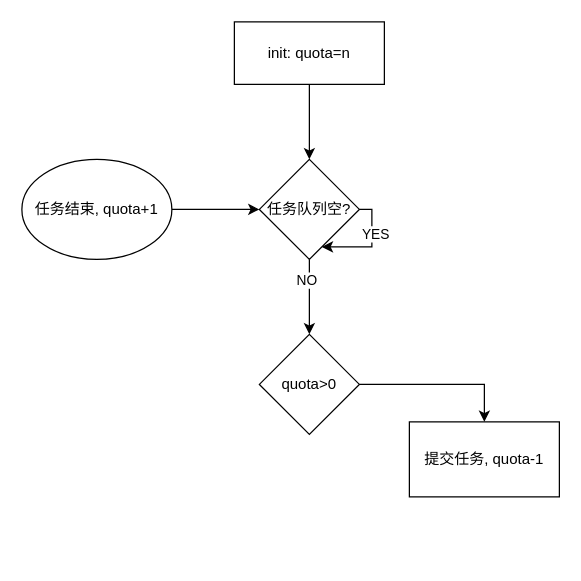
This is doc/图三.drawio from GoGoWen/JD-Bowen-incubator-doris, a draw.io file, before an edit. Source tidied: cells renumbered, new cells numbered last; positions are measured from the earlier drawing's top-left corner, leaving out a move shared by most shapes. Both pictures are drawn from the tidied source at 125%, with x=0, y=0 at pixel (21, 21).
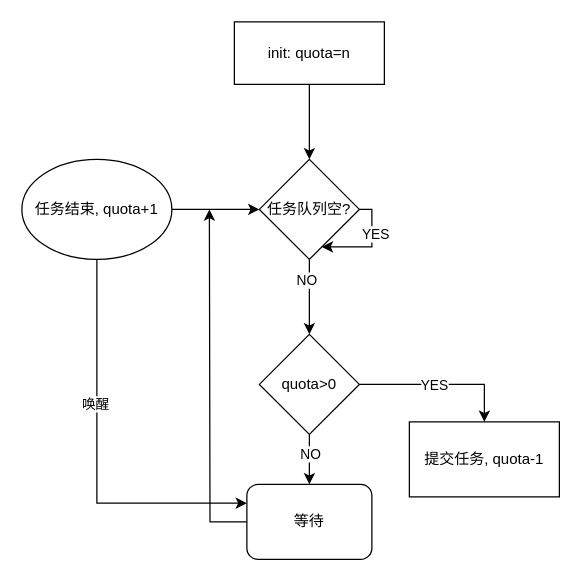
The same page after the edit.

The change refers to these unchanged cells:
```xml
<mxCell id="9" value="任务结束, quota+1" style="ellipse;whiteSpace=wrap;html=1;" parent="1" vertex="1">
  <mxGeometry y="110" width="120" height="80" as="geometry" />
</mxCell>
<mxCell id="10" style="edgeStyle=orthogonalEdgeStyle;rounded=0;jettySize=auto;html=1;exitX=1;exitY=0.5;exitDx=0;exitDy=0;entryX=0.5;entryY=0;entryDx=0;entryDy=0;" parent="1" edge="1" source="11" target="5">
  <mxGeometry relative="1" as="geometry" />
</mxCell>
<mxCell id="11" value="quota&amp;gt;0" style="rhombus;whiteSpace=wrap;html=1;" parent="1" vertex="1">
  <mxGeometry x="190" y="250" width="80" height="80" as="geometry" />
</mxCell>
```

Change to the diagram source:
```diff
@@
+    <mxCell id="14" style="edgeStyle=orthogonalEdgeStyle;rounded=0;jettySize=auto;html=1;exitX=0.5;exitY=1;exitDx=0;exitDy=0;entryX=0;entryY=0.25;entryDx=0;entryDy=0;" parent="1" edge="1" source="9" target="20">
+      <mxGeometry relative="1" as="geometry" />
+    </mxCell>
+    <mxCell id="15" value="唤醒" style="edgeLabel;html=1;align=center;verticalAlign=middle;" parent="14" vertex="1">
+      <mxGeometry x="-0.27" y="-2" relative="1" as="geometry" />
+    </mxCell>
@@
+    <mxCell id="16" value="YES" style="edgeLabel;html=1;align=center;verticalAlign=middle;" parent="10" vertex="1">
+      <mxGeometry x="-0.09" relative="1" as="geometry" />
+    </mxCell>
+    <mxCell id="17" style="edgeStyle=orthogonalEdgeStyle;rounded=0;jettySize=auto;html=1;" parent="1" edge="1" source="11" target="20">
+      <mxGeometry relative="1" as="geometry" />
+    </mxCell>
+    <mxCell id="18" value="NO" style="edgeLabel;html=1;align=center;verticalAlign=middle;" parent="17" vertex="1">
+      <mxGeometry x="-0.25" relative="1" as="geometry" />
+    </mxCell>
@@
+    <mxCell id="19" style="edgeStyle=orthogonalEdgeStyle;rounded=0;jettySize=auto;html=1;" parent="1" edge="1" source="20">
+      <mxGeometry relative="1" as="geometry">
+        <mxPoint x="150" y="150" as="targetPoint" />
+      </mxGeometry>
+    </mxCell>
+    <mxCell id="20" value="等待" style="rounded=1;whiteSpace=wrap;html=1;" parent="1" vertex="1">
+      <mxGeometry x="180" y="370" width="100" height="60" as="geometry" />
+    </mxCell>
```
